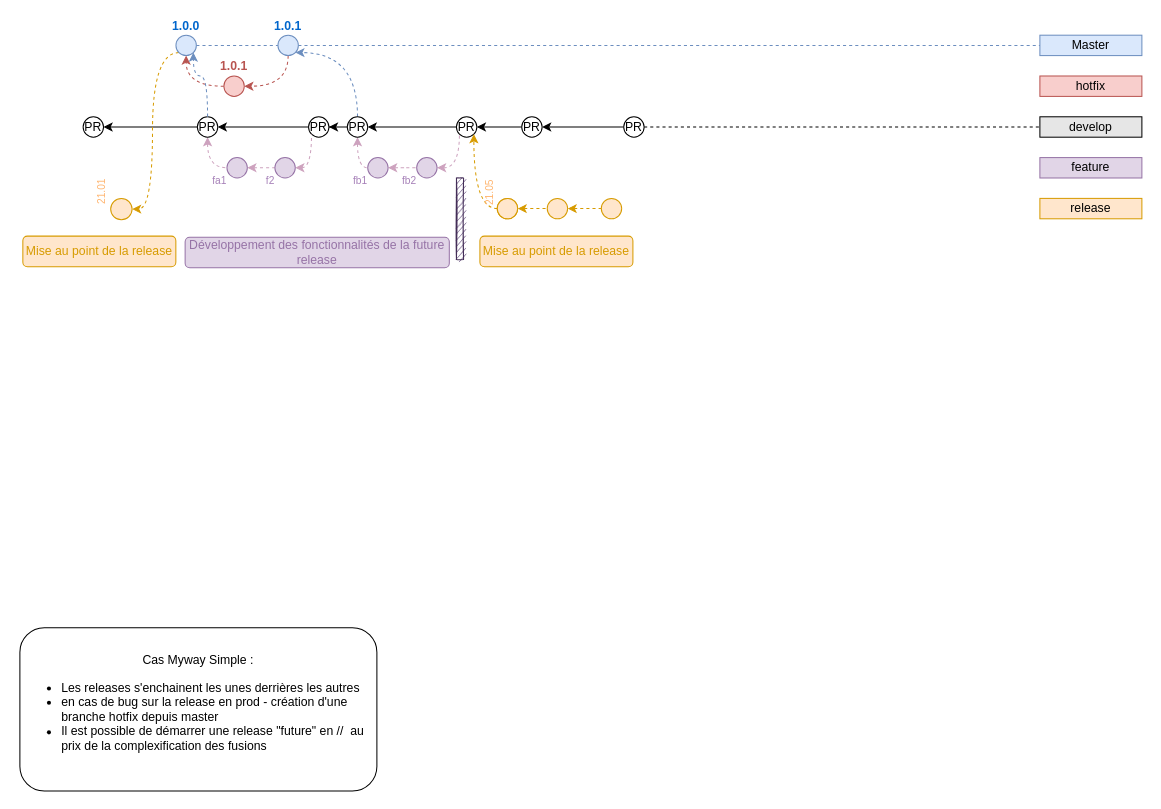
Above: page "mw-roa-rel-alt-dev-mysys" (6 of 7) of Untitled Diagram.drawio in salmen/gitflowdiagram (draw.io), before the change. Source tidied: cells renumbered, new cells numbered last; positions are measured from the earlier drawing's top-left corner, leaving out a move shared by most shapes. Both pictures are drawn from the tidied source at 102%, with x=0, y=0 at pixel (19, 35).
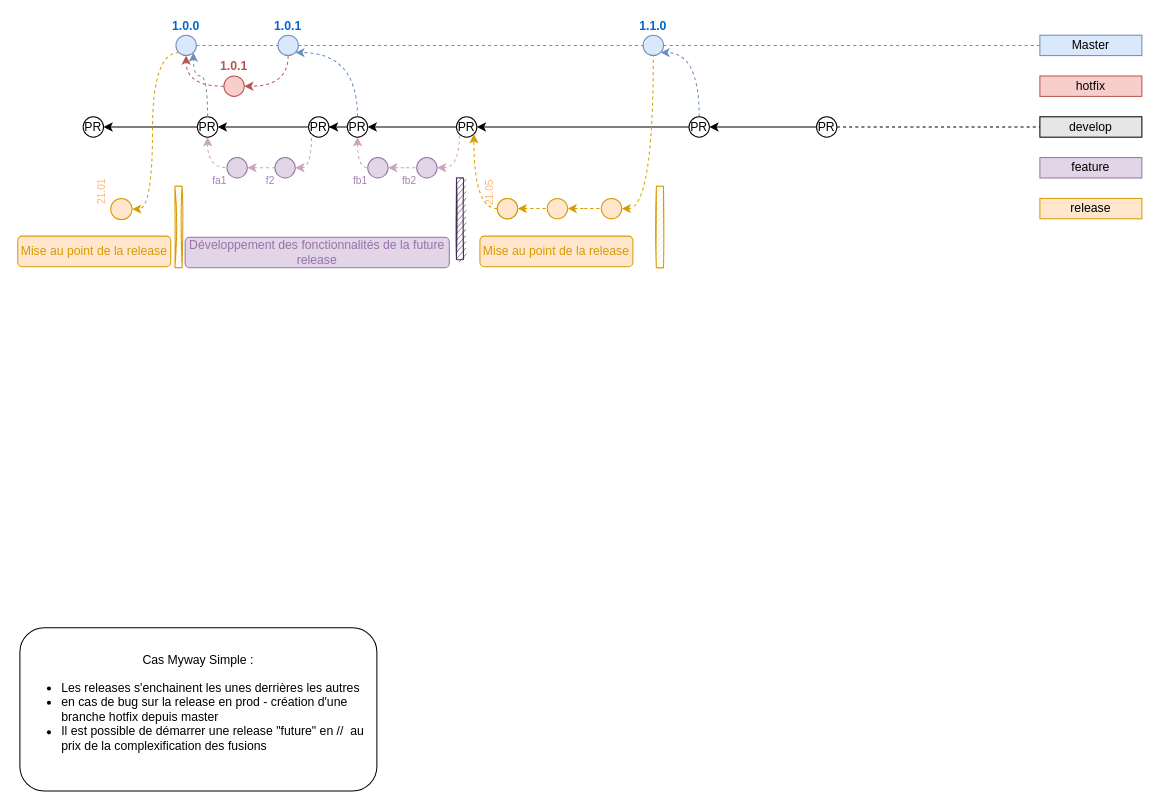
After the change.

Commit message:
fin release normale

Unchanged cells that the change refers to:
```xml
<mxCell id="33" style="ellipse;whiteSpace=wrap;html=1;fontSize=10;labelPosition=left;verticalLabelPosition=bottom;align=right;verticalAlign=top;fillColor=#ffe6cc;fontColor=#FFB570;horizontal=0;strokeColor=#D79B00;" parent="1" vertex="1">
  <mxGeometry x="517" y="160" width="20" height="20" as="geometry" />
</mxCell>
<mxCell id="34" style="ellipse;whiteSpace=wrap;html=1;fontSize=10;labelPosition=left;verticalLabelPosition=bottom;align=right;verticalAlign=top;fillColor=#ffe6cc;fontColor=#FFB570;horizontal=0;strokeColor=#D79B00;" parent="1" vertex="1">
  <mxGeometry x="570" y="160" width="20" height="20" as="geometry" />
</mxCell>
<mxCell id="42" value="Master" style="text;html=1;strokeColor=#6c8ebf;fillColor=#dae8fc;align=center;verticalAlign=middle;whiteSpace=wrap;rounded=0;" parent="1" vertex="1">
  <mxGeometry x="1000" width="100" height="20" as="geometry" />
</mxCell>
<mxCell id="45" value="1.0.1" style="ellipse;whiteSpace=wrap;html=1;fillColor=#dae8fc;strokeColor=#6c8ebf;fontStyle=1;labelPosition=center;verticalLabelPosition=top;align=center;verticalAlign=bottom;fontColor=#0066CC;" parent="1" vertex="1">
  <mxGeometry x="253" width="20" height="20" as="geometry" />
</mxCell>
```

The edit, as a diff of the source:
```diff
@@
+    <mxCell id="54" style="edgeStyle=orthogonalEdgeStyle;curved=1;jettySize=auto;html=1;entryX=1;entryY=1;entryDx=0;entryDy=0;dashed=1;endFill=1;strokeColor=#6C8EBF;fillColor=#dae8fc;" parent="1" edge="1" source="15" target="56">
+      <mxGeometry relative="1" as="geometry">
+        <Array as="points">
+          <mxPoint x="666" y="17" />
+        </Array>
+      </mxGeometry>
+    </mxCell>
     <mxCell id="15" value="PR" style="ellipse;whiteSpace=wrap;html=1;fillColor=#FFFFFF;" parent="1" vertex="1">
-      <mxGeometry x="492" y="80" width="20" height="20" as="geometry" />
+      <mxGeometry x="656" y="80" width="20" height="20" as="geometry" />
     </mxCell>
@@
     <mxCell id="17" value="PR" style="ellipse;whiteSpace=wrap;html=1;fillColor=#FFFFFF;" parent="1" vertex="1">
-      <mxGeometry x="592" y="80" width="20" height="20" as="geometry" />
+      <mxGeometry x="781" y="80" width="20" height="20" as="geometry" />
     </mxCell>
@@
-    <mxCell id="32" style="edgeStyle=none;rounded=0;jettySize=auto;html=1;dashed=1;startArrow=classic;startFill=1;endArrow=none;endFill=0;strokeColor=#D79B00;fontSize=10;fontColor=#A680B8;" parent="1" edge="1" source="33" target="34">
+    <mxCell id="32" style="edgeStyle=orthogonalEdgeStyle;rounded=0;jettySize=auto;html=1;dashed=1;startArrow=classic;startFill=1;endArrow=none;endFill=0;strokeColor=#D79B00;fontSize=10;fontColor=#A680B8;curved=1;" parent="1" edge="1" source="33" target="34">
       <mxGeometry relative="1" as="geometry" />
     </mxCell>
@@
+    <mxCell id="55" style="edgeStyle=orthogonalEdgeStyle;curved=1;rounded=0;jettySize=auto;html=1;entryX=0.5;entryY=1;entryDx=0;entryDy=0;dashed=1;startArrow=classic;startFill=1;endArrow=none;endFill=0;strokeColor=#D79B00;fontSize=10;fontColor=#A680B8;" parent="1" edge="1" source="34" target="56">
+      <mxGeometry relative="1" as="geometry" />
+    </mxCell>
@@
-    <mxCell id="43" style="edgeStyle=none;jettySize=auto;html=1;dashed=1;endArrow=none;strokeColor=#6C8EBF;fillColor=#dae8fc;entryX=0;entryY=0.5;entryDx=0;entryDy=0;" parent="1" edge="1" source="45" target="42">
+    <mxCell id="43" style="edgeStyle=none;jettySize=auto;html=1;dashed=1;endArrow=none;strokeColor=#6C8EBF;fillColor=#dae8fc;entryX=0;entryY=0.5;entryDx=0;entryDy=0;" parent="1" edge="1" source="56" target="42">
       <mxGeometry relative="1" as="geometry" />
     </mxCell>
@@
     <mxCell id="52" value="Mise au point de la release" style="rounded=1;whiteSpace=wrap;html=1;fillColor=#ffe6cc;strokeColor=#d79b00;fontColor=#D79B00;" parent="1" vertex="1">
-      <mxGeometry x="2.9" y="197" width="150" height="30" as="geometry" />
+      <mxGeometry x="-2.1" y="197" width="150" height="30" as="geometry" />
     </mxCell>
@@
+    <mxCell id="56" value="1.1.0" style="ellipse;whiteSpace=wrap;html=1;fillColor=#dae8fc;strokeColor=#6c8ebf;fontStyle=1;labelPosition=center;verticalLabelPosition=top;align=center;verticalAlign=bottom;fontColor=#0066CC;" parent="1" vertex="1">
+      <mxGeometry x="611" width="20" height="20" as="geometry" />
+    </mxCell>
+    <mxCell id="57" style="edgeStyle=none;jettySize=auto;html=1;dashed=1;endArrow=none;strokeColor=#6C8EBF;fillColor=#dae8fc;entryX=0;entryY=0.5;entryDx=0;entryDy=0;" parent="1" edge="1" source="45" target="56">
+      <mxGeometry relative="1" as="geometry" />
+    </mxCell>
+    <mxCell id="58" style="html=1;perimeter=orthogonalPerimeter;shadow=0;sketch=1;fontSize=10;fillColor=#ffe6cc;strokeColor=#d79b00;" parent="1" vertex="1">
+      <mxGeometry x="624" y="148" width="7" height="80" as="geometry" />
+    </mxCell>
+    <mxCell id="59" style="html=1;perimeter=orthogonalPerimeter;shadow=0;sketch=1;fontSize=10;fillColor=#ffe6cc;strokeColor=#d79b00;" parent="1" vertex="1">
+      <mxGeometry x="152" y="148" width="7" height="80" as="geometry" />
+    </mxCell>
```
